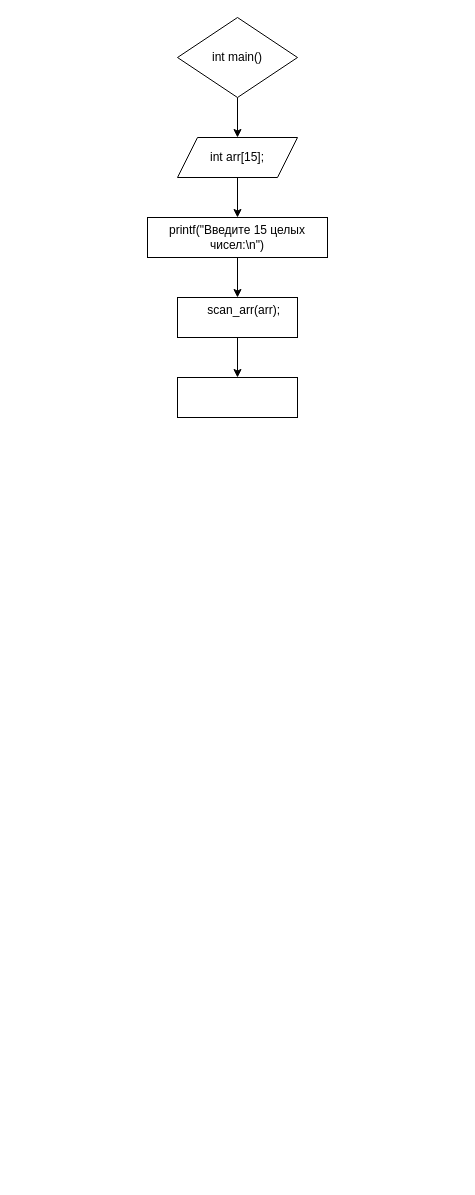
Earlier version of the draw.io diagram Диаграмма без названия.drawio (Timosha101/as). Source tidied: cells renumbered, new cells numbered last; positions are measured from the earlier drawing's top-left corner, leaving out a move shared by most shapes. Both pictures are drawn from the tidied source at 100%, with x=0, y=0 at pixel (147, 17).
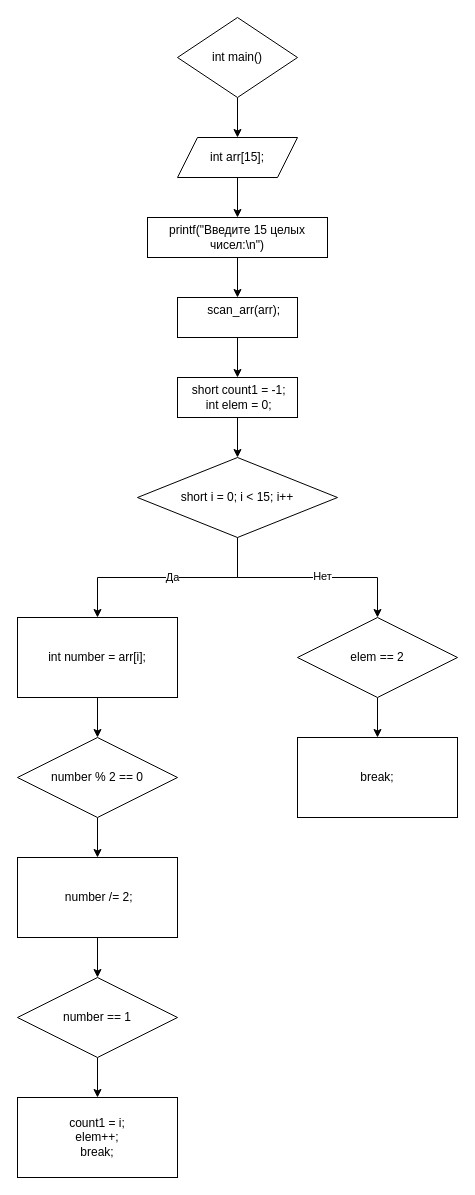
Above is the later version.

Change to the diagram source:
```diff
@@
+    <mxCell id="11" style="edgeStyle=orthogonalEdgeStyle;rounded=0;jettySize=auto;html=1;" parent="1" edge="1" source="10" target="16">
+      <mxGeometry relative="1" as="geometry" />
+    </mxCell>
-    <mxCell id="10" style="whiteSpace=wrap;html=1;" parent="1" vertex="1">
+    <mxCell id="10" value="&lt;div&gt;&amp;nbsp;short count1 = -1;&lt;/div&gt;&lt;div&gt;&amp;nbsp;int elem = 0;&lt;/div&gt;" style="whiteSpace=wrap;html=1;" parent="1" vertex="1">
       <mxGeometry x="30" y="360" width="120" height="40" as="geometry" />
     </mxCell>
+    <mxCell id="12" style="edgeStyle=orthogonalEdgeStyle;rounded=0;jettySize=auto;html=1;" parent="1" edge="1" source="16" target="27">
+      <mxGeometry relative="1" as="geometry" />
+    </mxCell>
+    <mxCell id="13" value="Нет" style="edgeLabel;html=1;align=center;verticalAlign=middle;" parent="12" vertex="1">
+      <mxGeometry x="0.13" y="2" relative="1" as="geometry" />
+    </mxCell>
+    <mxCell id="14" style="edgeStyle=orthogonalEdgeStyle;rounded=0;jettySize=auto;html=1;" parent="1" edge="1" source="16" target="18">
+      <mxGeometry relative="1" as="geometry" />
+    </mxCell>
+    <mxCell id="15" value="Да" style="edgeLabel;html=1;align=center;verticalAlign=middle;" parent="14" vertex="1">
+      <mxGeometry x="-0.04" y="-1" relative="1" as="geometry" />
+    </mxCell>
+    <mxCell id="16" value="short i = 0; i &amp;lt; 15; i++" style="rhombus;whiteSpace=wrap;html=1;" parent="1" vertex="1">
+      <mxGeometry x="-10" y="440" width="200" height="80" as="geometry" />
+    </mxCell>
+    <mxCell id="17" style="edgeStyle=orthogonalEdgeStyle;rounded=0;jettySize=auto;html=1;" parent="1" edge="1" source="18" target="20">
+      <mxGeometry relative="1" as="geometry" />
+    </mxCell>
+    <mxCell id="18" value="int number = arr[i];" style="whiteSpace=wrap;html=1;" parent="1" vertex="1">
+      <mxGeometry x="-130" y="600" width="160" height="80" as="geometry" />
+    </mxCell>
+    <mxCell id="19" style="edgeStyle=orthogonalEdgeStyle;rounded=0;jettySize=auto;html=1;" parent="1" edge="1" source="20" target="22">
+      <mxGeometry relative="1" as="geometry" />
+    </mxCell>
+    <mxCell id="20" value="number % 2 == 0" style="rhombus;whiteSpace=wrap;html=1;" parent="1" vertex="1">
+      <mxGeometry x="-130" y="720" width="160" height="80" as="geometry" />
+    </mxCell>
+    <mxCell id="21" style="edgeStyle=orthogonalEdgeStyle;rounded=0;jettySize=auto;html=1;" parent="1" edge="1" source="22" target="24">
+      <mxGeometry relative="1" as="geometry" />
+    </mxCell>
+    <mxCell id="22" value="&amp;nbsp;number /= 2;" style="whiteSpace=wrap;html=1;" parent="1" vertex="1">
+      <mxGeometry x="-130" y="840" width="160" height="80" as="geometry" />
+    </mxCell>
+    <mxCell id="23" style="edgeStyle=orthogonalEdgeStyle;rounded=0;jettySize=auto;html=1;" parent="1" edge="1" source="24" target="25">
+      <mxGeometry relative="1" as="geometry" />
+    </mxCell>
+    <mxCell id="24" value="number == 1" style="rhombus;whiteSpace=wrap;html=1;" parent="1" vertex="1">
+      <mxGeometry x="-130" y="960" width="160" height="80" as="geometry" />
+    </mxCell>
+    <mxCell id="25" value="&lt;div&gt;count1 = i;&lt;/div&gt;&lt;div&gt;elem++;&lt;/div&gt;&lt;div&gt;break;&lt;/div&gt;" style="whiteSpace=wrap;html=1;" parent="1" vertex="1">
+      <mxGeometry x="-130" y="1080" width="160" height="80" as="geometry" />
+    </mxCell>
+    <mxCell id="26" style="edgeStyle=orthogonalEdgeStyle;rounded=0;jettySize=auto;html=1;" parent="1" edge="1" source="27" target="28">
+      <mxGeometry relative="1" as="geometry" />
+    </mxCell>
+    <mxCell id="27" value="elem == 2" style="rhombus;whiteSpace=wrap;html=1;" parent="1" vertex="1">
+      <mxGeometry x="150" y="600" width="160" height="80" as="geometry" />
+    </mxCell>
+    <mxCell id="28" value="break;" style="whiteSpace=wrap;html=1;" parent="1" vertex="1">
+      <mxGeometry x="150" y="720" width="160" height="80" as="geometry" />
+    </mxCell>
```
